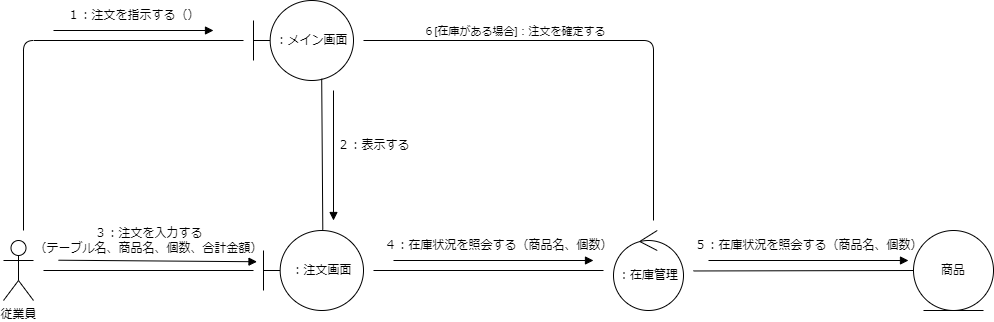
Earlier version of the draw.io export psp4/コミュニケーション図/コミュニケーション図_オーダー.drawio.png (MasakiHiguchi/---). Source tidied: cells renumbered, new cells last; positions are measured from the earlier drawing's top-left corner, leaving out a move shared by most shapes.
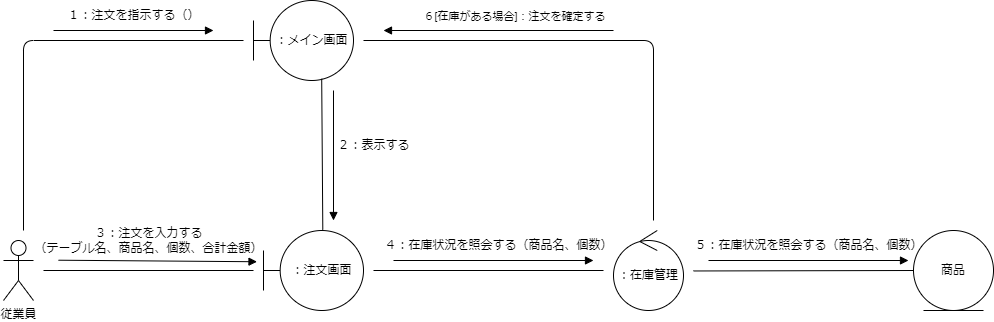
The same diagram one commit later.

Commit message:
できました。

Change to the diagram source:
```diff
@@ -92,7 +92,7 @@
     </mxCell>
     <mxCell id="21" value="６[在庫がある場合]：注文を確定する" style="edgeLabel;html=1;align=center;verticalAlign=middle;" parent="20" vertex="1">
       <mxGeometry x="0.5" y="-8" relative="1" as="geometry">
-        <mxPoint x="-132" y="-72" as="offset" />
+        <mxPoint x="-132" y="-87" as="offset" />
       </mxGeometry>
     </mxCell>
     <mxCell id="22" value="５：在庫状況を照会する（商品名、個数）" style="text;html=1;align=center;verticalAlign=middle;strokeColor=none;fillColor=none;" parent="1" vertex="1">
@@ -104,5 +104,11 @@
         <mxPoint x="905" y="260" as="targetPoint" />
       </mxGeometry>
     </mxCell>
+    <mxCell id="24" style="endArrow=block;html=1;endFill=1;" parent="1" edge="1">
+      <mxGeometry relative="1" as="geometry">
+        <mxPoint x="610" y="30" as="sourcePoint" />
+        <mxPoint x="380" y="30" as="targetPoint" />
+      </mxGeometry>
+    </mxCell>
   </root>
 </mxGraphModel>
```
